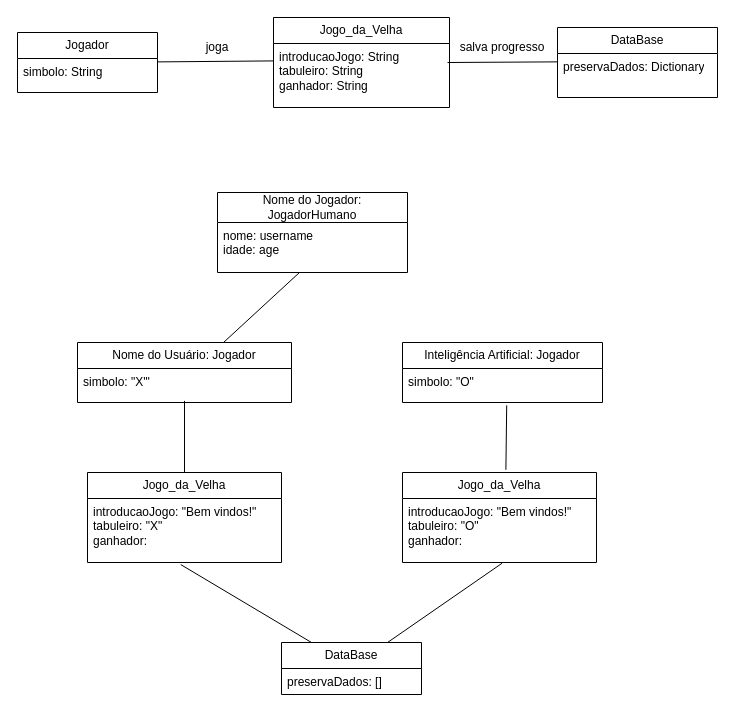
Above: mini_projeto_3/Projeto_3/diagrama_de_objetos.drawio in antonioscarvalho/Projetos-Orientados-a-Objetos (draw.io), before the change. Source tidied: cells renumbered, new cells numbered last; positions are measured from the earlier drawing's top-left corner, leaving out a move shared by most shapes. Both pictures are drawn from the tidied source at 100%, with x=0, y=0 at pixel (17, 17).
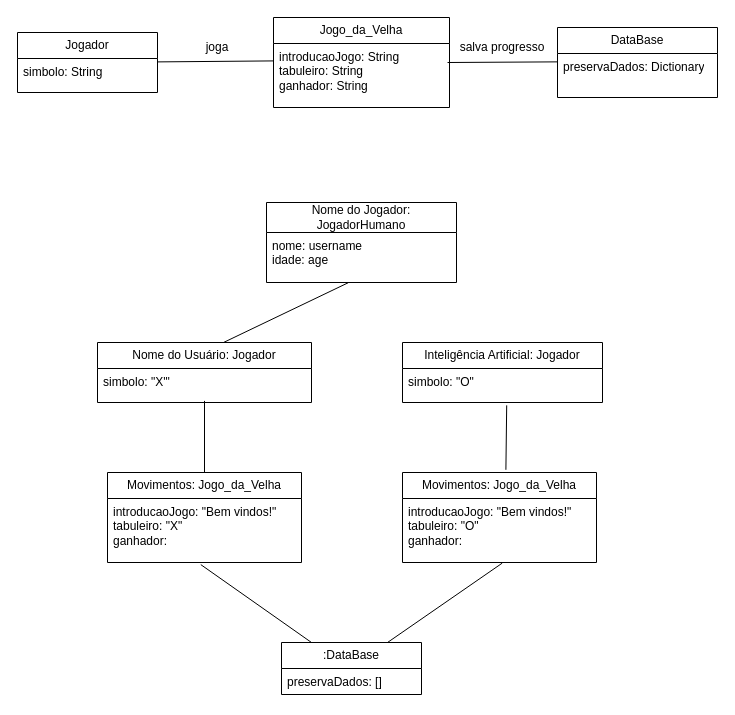
The same page after the edit.

Change to the diagram source:
```diff
@@
     <mxCell id="4" value="Nome do Usuário: Jogador" style="swimlane;fontStyle=0;horizontal=1;startSize=26;fillColor=none;whiteSpace=wrap;html=1;" parent="1" vertex="1">
-      <mxGeometry x="60" y="325" width="214" height="60" as="geometry" />
+      <mxGeometry x="80" y="325" width="214" height="60" as="geometry" />
     </mxCell>
@@
     <mxCell id="16" value="Nome do Jogador: JogadorHumano" style="swimlane;fontStyle=0;horizontal=1;startSize=30;fillColor=none;whiteSpace=wrap;html=1;" parent="1" vertex="1">
-      <mxGeometry x="200" y="175" width="190" height="80" as="geometry" />
+      <mxGeometry x="249" y="185" width="190" height="80" as="geometry" />
     </mxCell>
@@
-    <mxCell id="19" value="Jogo_da_Velha" style="swimlane;fontStyle=0;horizontal=1;startSize=26;fillColor=none;whiteSpace=wrap;html=1;" parent="1" vertex="1">
-      <mxGeometry x="70" y="455" width="194" height="90" as="geometry" />
+    <mxCell id="19" value="Movimentos: Jogo_da_Velha" style="swimlane;fontStyle=0;horizontal=1;startSize=26;fillColor=none;whiteSpace=wrap;html=1;" parent="1" vertex="1">
+      <mxGeometry x="90" y="455" width="194" height="90" as="geometry" />
     </mxCell>
@@
-    <mxCell id="22" value="Jogo_da_Velha" style="swimlane;fontStyle=0;horizontal=1;startSize=26;fillColor=none;whiteSpace=wrap;html=1;" parent="1" vertex="1">
+    <mxCell id="22" value="Movimentos: Jogo_da_Velha" style="swimlane;fontStyle=0;horizontal=1;startSize=26;fillColor=none;whiteSpace=wrap;html=1;" parent="1" vertex="1">
       <mxGeometry x="385" y="455" width="194" height="90" as="geometry" />
     </mxCell>
@@
-    <mxCell id="25" value="DataBase" style="swimlane;fontStyle=0;horizontal=1;startSize=26;fillColor=none;whiteSpace=wrap;html=1;" parent="1" vertex="1">
+    <mxCell id="25" value=":DataBase" style="swimlane;fontStyle=0;horizontal=1;startSize=26;fillColor=none;whiteSpace=wrap;html=1;" parent="1" vertex="1">
       <mxGeometry x="264" y="625" width="140" height="52" as="geometry" />
     </mxCell>
```
